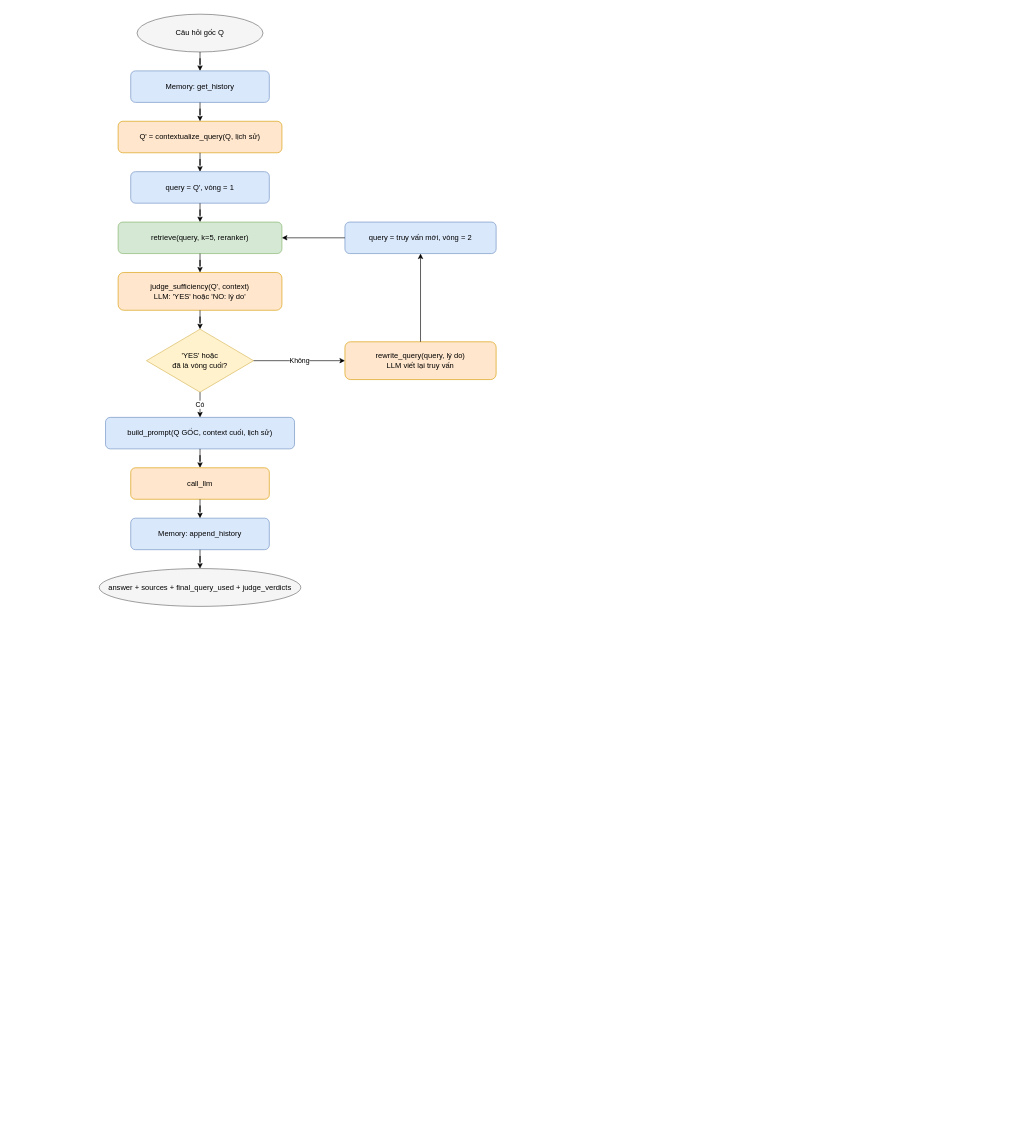
Before: page "4. Agentic RAG — luồng hiện tại" (4 of 7) of docs/diagrams/BAO_CAO_A3_diagrams.drawio in ThanhTrung2001/RAG_Project, a draw.io diagram. Source tidied: cells renumbered, new cells numbered last; positions are measured from the earlier drawing's top-left corner, leaving out a move shared by most shapes. Both pictures are drawn from the tidied source at 63%, with x=0, y=0 at pixel (99, 14).
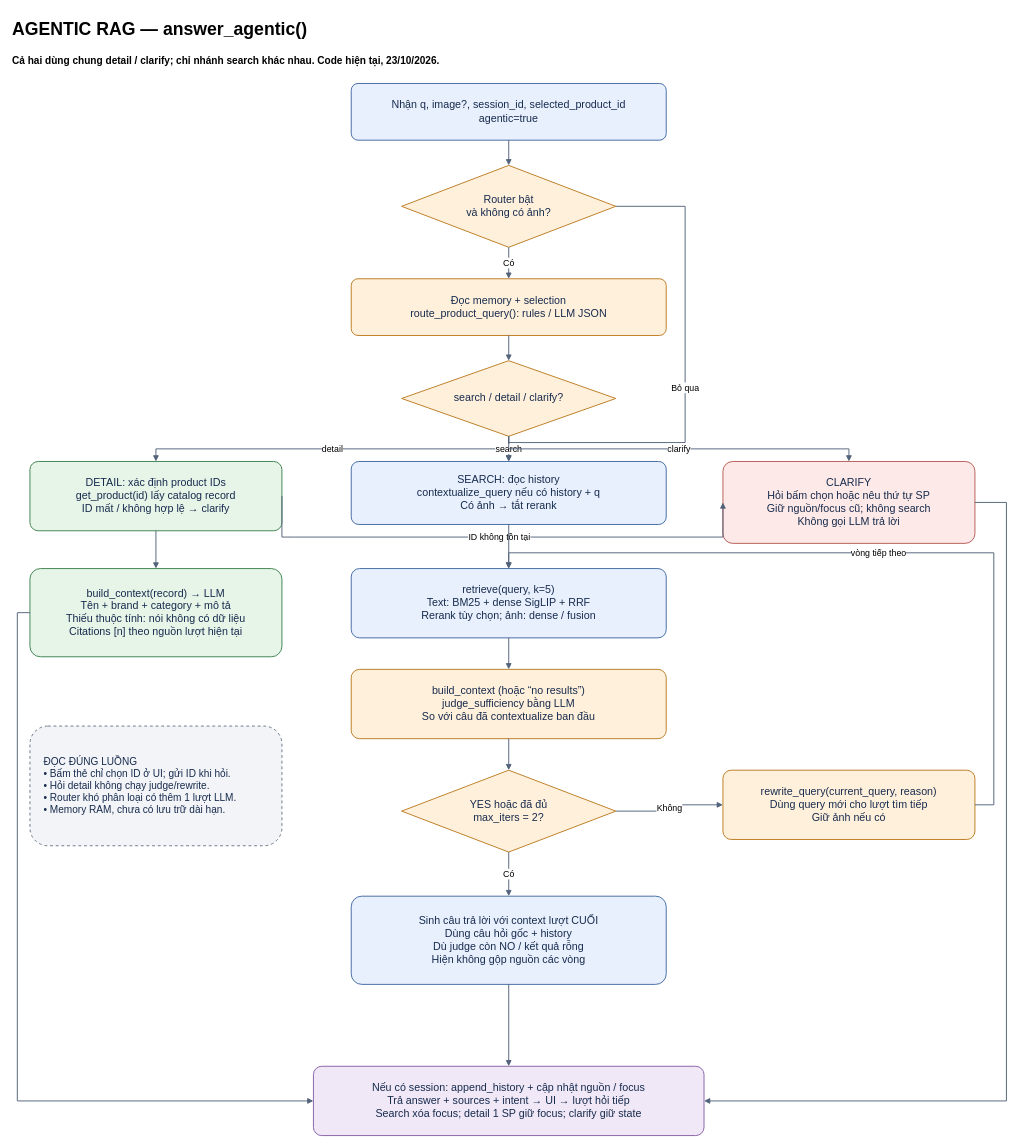
Above is the later version.

Commit message (it also covers changes not shown here):
feat: memory and search with detail update

Diff of the diagram source:
```diff
@@
-    <mxCell id="2" value="Câu hỏi gốc Q" style="ellipse;whiteSpace=wrap;html=1;fillColor=#f5f5f5;strokeColor=#666666;" parent="1" vertex="1">
-      <mxGeometry x="60" width="200" height="60" as="geometry" />
-    </mxCell>
-    <mxCell id="3" value="Memory: get_history" style="rounded=1;whiteSpace=wrap;html=1;fillColor=#dae8fc;strokeColor=#6c8ebf;" parent="1" vertex="1">
-      <mxGeometry x="50" y="90" width="220" height="50" as="geometry" />
-    </mxCell>
-    <mxCell id="4" value="Q' = contextualize_query(Q, lịch sử)" style="rounded=1;whiteSpace=wrap;html=1;fillColor=#ffe6cc;strokeColor=#d79b00;" parent="1" vertex="1">
-      <mxGeometry x="30" y="170" width="260" height="50" as="geometry" />
-    </mxCell>
-    <mxCell id="5" value="query = Q', vòng = 1" style="rounded=1;whiteSpace=wrap;html=1;fillColor=#dae8fc;strokeColor=#6c8ebf;" parent="1" vertex="1">
-      <mxGeometry x="50" y="250" width="220" height="50" as="geometry" />
-    </mxCell>
-    <mxCell id="6" value="retrieve(query, k=5, reranker)" style="rounded=1;whiteSpace=wrap;html=1;fillColor=#d5e8d4;strokeColor=#82b366;" parent="1" vertex="1">
-      <mxGeometry x="30" y="330" width="260" height="50" as="geometry" />
-    </mxCell>
-    <mxCell id="7" value="judge_sufficiency(Q', context)&lt;br&gt;LLM: 'YES' hoặc 'NO: lý do'" style="rounded=1;whiteSpace=wrap;html=1;fillColor=#ffe6cc;strokeColor=#d79b00;" parent="1" vertex="1">
-      <mxGeometry x="30" y="410" width="260" height="60" as="geometry" />
-    </mxCell>
-    <mxCell id="8" value="'YES' hoặc&lt;br&gt;đã là vòng cuối?" style="rhombus;whiteSpace=wrap;html=1;fillColor=#fff2cc;strokeColor=#d6b656;" parent="1" vertex="1">
-      <mxGeometry x="75" y="500" width="170" height="100" as="geometry" />
-    </mxCell>
-    <mxCell id="9" value="rewrite_query(query, lý do)&lt;br&gt;LLM viết lại truy vấn" style="rounded=1;whiteSpace=wrap;html=1;fillColor=#ffe6cc;strokeColor=#d79b00;" parent="1" vertex="1">
-      <mxGeometry x="390" y="520" width="240" height="60" as="geometry" />
-    </mxCell>
-    <mxCell id="10" value="query = truy vấn mới, vòng = 2" style="rounded=1;whiteSpace=wrap;html=1;fillColor=#dae8fc;strokeColor=#6c8ebf;" parent="1" vertex="1">
-      <mxGeometry x="390" y="330" width="240" height="50" as="geometry" />
-    </mxCell>
-    <mxCell id="11" value="build_prompt(Q GỐC, context cuối, lịch sử)" style="rounded=1;whiteSpace=wrap;html=1;fillColor=#dae8fc;strokeColor=#6c8ebf;" parent="1" vertex="1">
-      <mxGeometry x="10" y="640" width="300" height="50" as="geometry" />
-    </mxCell>
-    <mxCell id="12" value="call_llm" style="rounded=1;whiteSpace=wrap;html=1;fillColor=#ffe6cc;strokeColor=#d79b00;" parent="1" vertex="1">
-      <mxGeometry x="50" y="720" width="220" height="50" as="geometry" />
-    </mxCell>
-    <mxCell id="13" value="Memory: append_history" style="rounded=1;whiteSpace=wrap;html=1;fillColor=#dae8fc;strokeColor=#6c8ebf;" parent="1" vertex="1">
-      <mxGeometry x="50" y="800" width="220" height="50" as="geometry" />
-    </mxCell>
-    <mxCell id="14" value="answer + sources + final_query_used + judge_verdicts" style="ellipse;whiteSpace=wrap;html=1;fillColor=#f5f5f5;strokeColor=#666666;" parent="1" vertex="1">
-      <mxGeometry y="880" width="320" height="60" as="geometry" />
-    </mxCell>
-    <mxCell id="15" style="edgeStyle=orthogonalEdgeStyle;rounded=0;jettySize=auto;html=1;" parent="1" edge="1" source="2" target="3">
-      <mxGeometry relative="1" as="geometry" />
-    </mxCell>
-    <mxCell id="16" style="edgeStyle=orthogonalEdgeStyle;rounded=0;jettySize=auto;html=1;" parent="1" edge="1" source="3" target="4">
-      <mxGeometry relative="1" as="geometry" />
-    </mxCell>
-    <mxCell id="17" style="edgeStyle=orthogonalEdgeStyle;rounded=0;jettySize=auto;html=1;" parent="1" edge="1" source="4" target="5">
-      <mxGeometry relative="1" as="geometry" />
-    </mxCell>
-    <mxCell id="18" style="edgeStyle=orthogonalEdgeStyle;rounded=0;jettySize=auto;html=1;" parent="1" edge="1" source="5" target="6">
-      <mxGeometry relative="1" as="geometry" />
-    </mxCell>
-    <mxCell id="19" style="edgeStyle=orthogonalEdgeStyle;rounded=0;jettySize=auto;html=1;" parent="1" edge="1" source="6" target="7">
-      <mxGeometry relative="1" as="geometry" />
-    </mxCell>
-    <mxCell id="20" style="edgeStyle=orthogonalEdgeStyle;rounded=0;jettySize=auto;html=1;" parent="1" edge="1" source="7" target="8">
-      <mxGeometry relative="1" as="geometry" />
-    </mxCell>
+    <mxCell id="28" value="AGENTIC RAG — answer_agentic()" style="text;html=1;whiteSpace=wrap;fontFamily=Arial;fontSize=28;fontStyle=1;align=left;verticalAlign=middle;strokeColor=none;fillColor=none;" parent="1" vertex="1">
+      <mxGeometry x="-140" y="-5" width="1580" height="55" as="geometry" />
+    </mxCell>
+    <mxCell id="29" value="Cả hai dùng chung detail / clarify; chỉ nhánh search khác nhau. Code hiện tại, 23/10/2026." style="text;html=1;whiteSpace=wrap;fontFamily=Arial;fontSize=16;fontStyle=1;align=left;verticalAlign=middle;strokeColor=none;fillColor=none;" parent="1" vertex="1">
+      <mxGeometry x="-140" y="50" width="1580" height="45" as="geometry" />
+    </mxCell>
+    <mxCell id="30" value="Nhận q, image?, session_id, selected_product_id&lt;br&gt;agentic=true" style="rounded=1;arcSize=12;whiteSpace=wrap;html=1;fontFamily=Arial;fontSize=17;fontColor=#172b4d;fillColor=#e8f0fe;strokeColor=#4169a1;strokeWidth=1.5;spacing=8;" parent="1" vertex="1">
+      <mxGeometry x="400" y="110" width="500" height="90" as="geometry" />
+    </mxCell>
+    <mxCell id="31" value="Router bật&lt;br&gt;và không có ảnh?" style="rhombus;whiteSpace=wrap;html=1;fontFamily=Arial;fontSize=17;fontColor=#172b4d;fillColor=#fff0dc;strokeColor=#bc7b20;strokeWidth=1.5;spacing=8;" parent="1" vertex="1">
+      <mxGeometry x="480" y="240" width="340" height="130" as="geometry" />
+    </mxCell>
+    <mxCell id="32" value="Đọc memory + selection&lt;br&gt;route_product_query(): rules / LLM JSON" style="rounded=1;arcSize=12;whiteSpace=wrap;html=1;fontFamily=Arial;fontSize=17;fontColor=#172b4d;fillColor=#fff0dc;strokeColor=#bc7b20;strokeWidth=1.5;spacing=8;" parent="1" vertex="1">
+      <mxGeometry x="400" y="420" width="500" height="90" as="geometry" />
+    </mxCell>
+    <mxCell id="33" value="search / detail / clarify?" style="rhombus;whiteSpace=wrap;html=1;fontFamily=Arial;fontSize=17;fontColor=#172b4d;fillColor=#fff0dc;strokeColor=#bc7b20;strokeWidth=1.5;spacing=8;" parent="1" vertex="1">
+      <mxGeometry x="480" y="550" width="340" height="120" as="geometry" />
+    </mxCell>
+    <mxCell id="34" value="DETAIL: xác định product IDs&lt;br&gt;get_product(id) lấy catalog record&lt;br&gt;ID mất / không hợp lệ → clarify" style="rounded=1;arcSize=12;whiteSpace=wrap;html=1;fontFamily=Arial;fontSize=17;fontColor=#172b4d;fillColor=#e7f4e8;strokeColor=#3e8251;strokeWidth=1.5;spacing=8;" parent="1" vertex="1">
+      <mxGeometry x="-110" y="710" width="400" height="110" as="geometry" />
+    </mxCell>
+    <mxCell id="35" value="build_context(record) → LLM&lt;br&gt;Tên + brand + category + mô tả&lt;br&gt;Thiếu thuộc tính: nói không có dữ liệu&lt;br&gt;Citations [n] theo nguồn lượt hiện tại" style="rounded=1;arcSize=12;whiteSpace=wrap;html=1;fontFamily=Arial;fontSize=17;fontColor=#172b4d;fillColor=#e7f4e8;strokeColor=#3e8251;strokeWidth=1.5;spacing=8;" parent="1" vertex="1">
+      <mxGeometry x="-110" y="880" width="400" height="140" as="geometry" />
+    </mxCell>
+    <mxCell id="36" value="CLARIFY&lt;br&gt;Hỏi bấm chọn hoặc nêu thứ tự SP&lt;br&gt;Giữ nguồn/focus cũ; không search&lt;br&gt;Không gọi LLM trả lời" style="rounded=1;arcSize=12;whiteSpace=wrap;html=1;fontFamily=Arial;fontSize=17;fontColor=#172b4d;fillColor=#fde9e7;strokeColor=#b65b54;strokeWidth=1.5;spacing=8;" parent="1" vertex="1">
+      <mxGeometry x="990" y="710" width="400" height="130" as="geometry" />
+    </mxCell>
+    <mxCell id="37" value="SEARCH: đọc history&lt;br&gt;contextualize_query nếu có history + q&lt;br&gt;Có ảnh → tắt rerank" style="rounded=1;arcSize=12;whiteSpace=wrap;html=1;fontFamily=Arial;fontSize=17;fontColor=#172b4d;fillColor=#e8f0fe;strokeColor=#4169a1;strokeWidth=1.5;spacing=8;" parent="1" vertex="1">
+      <mxGeometry x="400" y="710" width="500" height="100" as="geometry" />
+    </mxCell>
+    <mxCell id="38" value="retrieve(query, k=5)&lt;br&gt;Text: BM25 + dense SigLIP + RRF&lt;br&gt;Rerank tùy chọn; ảnh: dense / fusion" style="rounded=1;arcSize=12;whiteSpace=wrap;html=1;fontFamily=Arial;fontSize=17;fontColor=#172b4d;fillColor=#e8f0fe;strokeColor=#4169a1;strokeWidth=1.5;spacing=8;" parent="1" vertex="1">
+      <mxGeometry x="400" y="880" width="500" height="110" as="geometry" />
+    </mxCell>
+    <mxCell id="39" style="edgeStyle=orthogonalEdgeStyle;rounded=0;html=1;endArrow=block;endFill=1;strokeColor=#52627a;strokeWidth=1.5;fontFamily=Arial;fontSize=14;labelBackgroundColor=#ffffff;exitX=0.5;exitY=1;entryX=0.5;entryY=0;" parent="1" edge="1" source="30" target="31">
+      <mxGeometry relative="1" as="geometry" />
+    </mxCell>
+    <mxCell id="40" value="Có" style="edgeStyle=orthogonalEdgeStyle;rounded=0;html=1;endArrow=block;endFill=1;strokeColor=#52627a;strokeWidth=1.5;fontFamily=Arial;fontSize=14;labelBackgroundColor=#ffffff;exitX=0.5;exitY=1;entryX=0.5;entryY=0;" parent="1" edge="1" source="31" target="32">
+      <mxGeometry relative="1" as="geometry" />
+    </mxCell>
+    <mxCell id="41" value="Bỏ qua" style="edgeStyle=orthogonalEdgeStyle;rounded=0;html=1;endArrow=block;endFill=1;strokeColor=#52627a;strokeWidth=1.5;fontFamily=Arial;fontSize=14;labelBackgroundColor=#ffffff;exitX=1;exitY=0.5;entryX=0.5;entryY=0;" parent="1" edge="1" source="31" target="37">
+      <mxGeometry relative="1" as="geometry">
+        <Array as="points">
+          <mxPoint x="930" y="305" />
+          <mxPoint x="930" y="680" />
+          <mxPoint x="650" y="680" />
+        </Array>
+      </mxGeometry>
+    </mxCell>
+    <mxCell id="42" style="edgeStyle=orthogonalEdgeStyle;rounded=0;html=1;endArrow=block;endFill=1;strokeColor=#52627a;strokeWidth=1.5;fontFamily=Arial;fontSize=14;labelBackgroundColor=#ffffff;exitX=0.5;exitY=1;entryX=0.5;entryY=0;" parent="1" edge="1" source="32" target="33">
+      <mxGeometry relative="1" as="geometry" />
+    </mxCell>
+    <mxCell id="43" value="detail" style="edgeStyle=orthogonalEdgeStyle;rounded=0;html=1;endArrow=block;endFill=1;strokeColor=#52627a;strokeWidth=1.5;fontFamily=Arial;fontSize=14;labelBackgroundColor=#ffffff;exitX=0.5;exitY=1;entryX=0.5;entryY=0;" parent="1" edge="1" source="33" target="34">
+      <mxGeometry relative="1" as="geometry" />
+    </mxCell>
+    <mxCell id="44" value="search" style="edgeStyle=orthogonalEdgeStyle;rounded=0;html=1;endArrow=block;endFill=1;strokeColor=#52627a;strokeWidth=1.5;fontFamily=Arial;fontSize=14;labelBackgroundColor=#ffffff;exitX=0.5;exitY=1;entryX=0.5;entryY=0;" parent="1" edge="1" source="33" target="37">
+      <mxGeometry relative="1" as="geometry" />
+    </mxCell>
+    <mxCell id="45" value="clarify" style="edgeStyle=orthogonalEdgeStyle;rounded=0;html=1;endArrow=block;endFill=1;strokeColor=#52627a;strokeWidth=1.5;fontFamily=Arial;fontSize=14;labelBackgroundColor=#ffffff;exitX=0.5;exitY=1;entryX=0.5;entryY=0;" parent="1" edge="1" source="33" target="36">
+      <mxGeometry relative="1" as="geometry" />
+    </mxCell>
+    <mxCell id="46" style="edgeStyle=orthogonalEdgeStyle;rounded=0;html=1;endArrow=block;endFill=1;strokeColor=#52627a;strokeWidth=1.5;fontFamily=Arial;fontSize=14;labelBackgroundColor=#ffffff;exitX=0.5;exitY=1;entryX=0.5;entryY=0;" parent="1" edge="1" source="34" target="35">
+      <mxGeometry relative="1" as="geometry" />
+    </mxCell>
+    <mxCell id="47" value="ID không tồn tại" style="edgeStyle=orthogonalEdgeStyle;rounded=0;html=1;endArrow=block;endFill=1;strokeColor=#52627a;strokeWidth=1.5;fontFamily=Arial;fontSize=14;labelBackgroundColor=#ffffff;exitX=1;exitY=0.5;entryX=0;entryY=0.5;" parent="1" edge="1" source="34" target="36">
+      <mxGeometry relative="1" as="geometry">
+        <Array as="points">
+          <mxPoint x="310" y="830" />
+          <mxPoint x="950" y="830" />
+        </Array>
+      </mxGeometry>
+    </mxCell>
+    <mxCell id="48" style="edgeStyle=orthogonalEdgeStyle;rounded=0;html=1;endArrow=block;endFill=1;strokeColor=#52627a;strokeWidth=1.5;fontFamily=Arial;fontSize=14;labelBackgroundColor=#ffffff;exitX=0.5;exitY=1;entryX=0.5;entryY=0;" parent="1" edge="1" source="37" target="38">
+      <mxGeometry relative="1" as="geometry" />
+    </mxCell>
+    <mxCell id="49" value="build_context (hoặc “no results”)&lt;br&gt;judge_sufficiency bằng LLM&lt;br&gt;So với câu đã contextualize ban đầu" style="rounded=1;arcSize=12;whiteSpace=wrap;html=1;fontFamily=Arial;fontSize=17;fontColor=#172b4d;fillColor=#fff0dc;strokeColor=#bc7b20;strokeWidth=1.5;spacing=8;" parent="1" vertex="1">
+      <mxGeometry x="400" y="1040" width="500" height="110" as="geometry" />
+    </mxCell>
+    <mxCell id="50" value="YES hoặc đã đủ&lt;br&gt;max_iters = 2?" style="rhombus;whiteSpace=wrap;html=1;fontFamily=Arial;fontSize=17;fontColor=#172b4d;fillColor=#fff0dc;strokeColor=#bc7b20;strokeWidth=1.5;spacing=8;" parent="1" vertex="1">
+      <mxGeometry x="480" y="1200" width="340" height="130" as="geometry" />
+    </mxCell>
+    <mxCell id="51" value="rewrite_query(current_query, reason)&lt;br&gt;Dùng query mới cho lượt tìm tiếp&lt;br&gt;Giữ ảnh nếu có" style="rounded=1;arcSize=12;whiteSpace=wrap;html=1;fontFamily=Arial;fontSize=17;fontColor=#172b4d;fillColor=#fff0dc;strokeColor=#bc7b20;strokeWidth=1.5;spacing=8;" parent="1" vertex="1">
+      <mxGeometry x="990" y="1200" width="400" height="110" as="geometry" />
+    </mxCell>
+    <mxCell id="52" value="Sinh câu trả lời với context lượt CUỐI&lt;br&gt;Dùng câu hỏi gốc + history&lt;br&gt;Dù judge còn NO / kết quả rỗng&lt;br&gt;Hiện không gộp nguồn các vòng" style="rounded=1;arcSize=12;whiteSpace=wrap;html=1;fontFamily=Arial;fontSize=17;fontColor=#172b4d;fillColor=#e8f0fe;strokeColor=#4169a1;strokeWidth=1.5;spacing=8;" parent="1" vertex="1">
+      <mxGeometry x="400" y="1400" width="500" height="140" as="geometry" />
+    </mxCell>
+    <mxCell id="53" style="edgeStyle=orthogonalEdgeStyle;rounded=0;html=1;endArrow=block;endFill=1;strokeColor=#52627a;strokeWidth=1.5;fontFamily=Arial;fontSize=14;labelBackgroundColor=#ffffff;exitX=0.5;exitY=1;entryX=0.5;entryY=0;" parent="1" edge="1" source="38" target="49">
+      <mxGeometry relative="1" as="geometry" />
+    </mxCell>
+    <mxCell id="54" style="edgeStyle=orthogonalEdgeStyle;rounded=0;html=1;endArrow=block;endFill=1;strokeColor=#52627a;strokeWidth=1.5;fontFamily=Arial;fontSize=14;labelBackgroundColor=#ffffff;exitX=0.5;exitY=1;entryX=0.5;entryY=0;" parent="1" edge="1" source="49" target="50">
+      <mxGeometry relative="1" as="geometry" />
+    </mxCell>
+    <mxCell id="55" value="Có" style="edgeStyle=orthogonalEdgeStyle;rounded=0;html=1;endArrow=block;endFill=1;strokeColor=#52627a;strokeWidth=1.5;fontFamily=Arial;fontSize=14;labelBackgroundColor=#ffffff;exitX=0.5;exitY=1;entryX=0.5;entryY=0;" parent="1" edge="1" source="50" target="52">
+      <mxGeometry relative="1" as="geometry" />
+    </mxCell>
-    <mxCell id="21" value="Không" style="edgeStyle=orthogonalEdgeStyle;rounded=0;jettySize=auto;html=1;" parent="1" edge="1" source="8" target="9">
+    <mxCell id="21" value="Không" style="edgeStyle=orthogonalEdgeStyle;rounded=0;html=1;endArrow=block;endFill=1;strokeColor=#52627a;strokeWidth=1.5;fontFamily=Arial;fontSize=14;labelBackgroundColor=#ffffff;exitX=1;exitY=0.5;entryX=0;entryY=0.5;" parent="1" edge="1" source="50" target="51">
       <mxGeometry relative="1" as="geometry" />
     </mxCell>
-    <mxCell id="22" style="edgeStyle=orthogonalEdgeStyle;rounded=0;jettySize=auto;html=1;" parent="1" edge="1" source="9" target="10">
-      <mxGeometry relative="1" as="geometry" />
-    </mxCell>
-    <mxCell id="23" style="edgeStyle=orthogonalEdgeStyle;rounded=0;jettySize=auto;html=1;" parent="1" edge="1" source="10" target="6">
-      <mxGeometry relative="1" as="geometry" />
-    </mxCell>
-    <mxCell id="24" value="Có" style="edgeStyle=orthogonalEdgeStyle;rounded=0;jettySize=auto;html=1;" parent="1" edge="1" source="8" target="11">
-      <mxGeometry relative="1" as="geometry" />
-    </mxCell>
-    <mxCell id="25" style="edgeStyle=orthogonalEdgeStyle;rounded=0;jettySize=auto;html=1;" parent="1" edge="1" source="11" target="12">
-      <mxGeometry relative="1" as="geometry" />
-    </mxCell>
-    <mxCell id="26" style="edgeStyle=orthogonalEdgeStyle;rounded=0;jettySize=auto;html=1;" parent="1" edge="1" source="12" target="13">
-      <mxGeometry relative="1" as="geometry" />
-    </mxCell>
-    <mxCell id="27" style="edgeStyle=orthogonalEdgeStyle;rounded=0;jettySize=auto;html=1;" parent="1" edge="1" source="13" target="14">
-      <mxGeometry relative="1" as="geometry" />
-    </mxCell>
+    <mxCell id="56" value="vòng tiếp theo" style="edgeStyle=orthogonalEdgeStyle;rounded=0;html=1;endArrow=block;endFill=1;strokeColor=#52627a;strokeWidth=1.5;fontFamily=Arial;fontSize=14;labelBackgroundColor=#ffffff;exitX=1;exitY=0.5;entryX=0.5;entryY=0;" parent="1" edge="1" source="51" target="38">
+      <mxGeometry relative="1" as="geometry">
+        <Array as="points">
+          <mxPoint x="1420" y="1255" />
+          <mxPoint x="1420" y="855" />
+          <mxPoint x="650" y="855" />
+        </Array>
+      </mxGeometry>
+    </mxCell>
+    <mxCell id="57" value="Nếu có session: append_history + cập nhật nguồn / focus&lt;br&gt;Trả answer + sources + intent → UI → lượt hỏi tiếp&lt;br&gt;Search xóa focus; detail 1 SP giữ focus; clarify giữ state" style="rounded=1;arcSize=12;whiteSpace=wrap;html=1;fontFamily=Arial;fontSize=17;fontColor=#172b4d;fillColor=#f0e8f7;strokeColor=#8860a5;strokeWidth=1.5;spacing=8;" parent="1" vertex="1">
+      <mxGeometry x="340" y="1670" width="620" height="110" as="geometry" />
+    </mxCell>
+    <mxCell id="58" style="edgeStyle=orthogonalEdgeStyle;rounded=0;html=1;endArrow=block;endFill=1;strokeColor=#52627a;strokeWidth=1.5;fontFamily=Arial;fontSize=14;labelBackgroundColor=#ffffff;exitX=0.5;exitY=1;entryX=0.5;entryY=0;" parent="1" edge="1" source="52" target="57">
+      <mxGeometry relative="1" as="geometry" />
+    </mxCell>
+    <mxCell id="59" style="edgeStyle=orthogonalEdgeStyle;rounded=0;html=1;endArrow=block;endFill=1;strokeColor=#52627a;strokeWidth=1.5;fontFamily=Arial;fontSize=14;labelBackgroundColor=#ffffff;exitX=0;exitY=0.5;entryX=0;entryY=0.5;" parent="1" edge="1" source="35" target="57">
+      <mxGeometry relative="1" as="geometry">
+        <Array as="points">
+          <mxPoint x="-130" y="950" />
+          <mxPoint x="-130" y="1725" />
+        </Array>
+      </mxGeometry>
+    </mxCell>
+    <mxCell id="60" style="edgeStyle=orthogonalEdgeStyle;rounded=0;html=1;endArrow=block;endFill=1;strokeColor=#52627a;strokeWidth=1.5;fontFamily=Arial;fontSize=14;labelBackgroundColor=#ffffff;exitX=1;exitY=0.5;entryX=1;entryY=0.5;" parent="1" edge="1" source="36" target="57">
+      <mxGeometry relative="1" as="geometry">
+        <Array as="points">
+          <mxPoint x="1440" y="775" />
+          <mxPoint x="1440" y="1725" />
+        </Array>
+      </mxGeometry>
+    </mxCell>
+    <mxCell id="61" value="ĐỌC ĐÚNG LUỒNG&lt;br&gt;• Bấm thẻ chỉ chọn ID ở UI; gửi ID khi hỏi.&lt;br&gt;• Hỏi detail không chạy judge/rewrite.&lt;br&gt;• Router khó phân loại có thêm 1 lượt LLM.&lt;br&gt;• Memory RAM, chưa có lưu trữ dài hạn." style="rounded=1;dashed=1;align=left;spacingLeft=14;whiteSpace=wrap;html=1;fontFamily=Arial;fontSize=16;fontColor=#172b4d;fillColor=#f2f4f7;strokeColor=#697586;strokeWidth=1.5;spacing=8;" parent="1" vertex="1">
+      <mxGeometry x="-110" y="1130" width="400" height="190" as="geometry" />
+    </mxCell>
```
